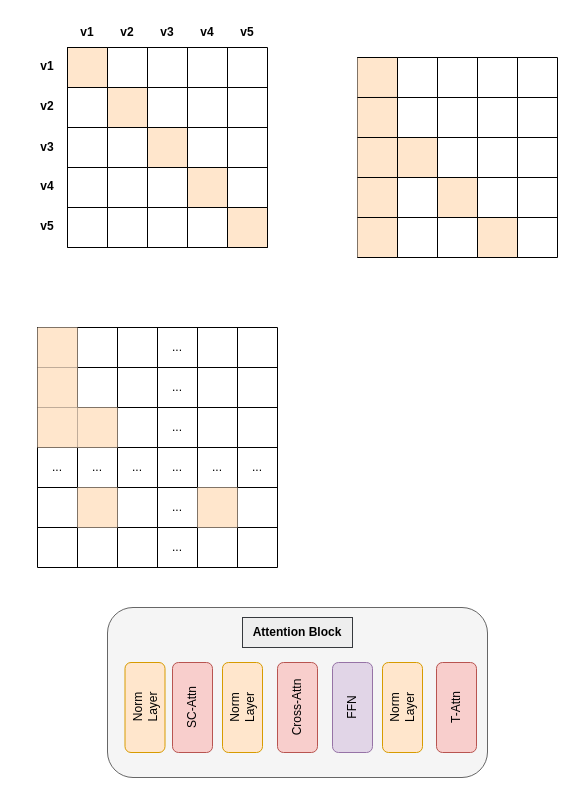
The draw.io diagram Attention.drawio in shinejjy/Flow-Chart, before the edit. Source tidied: cells renumbered, new cells numbered last; positions are measured from the earlier drawing's top-left corner, leaving out a move shared by most shapes. Both pictures are drawn from the tidied source at 100%, with x=0, y=0 at pixel (17, 17).
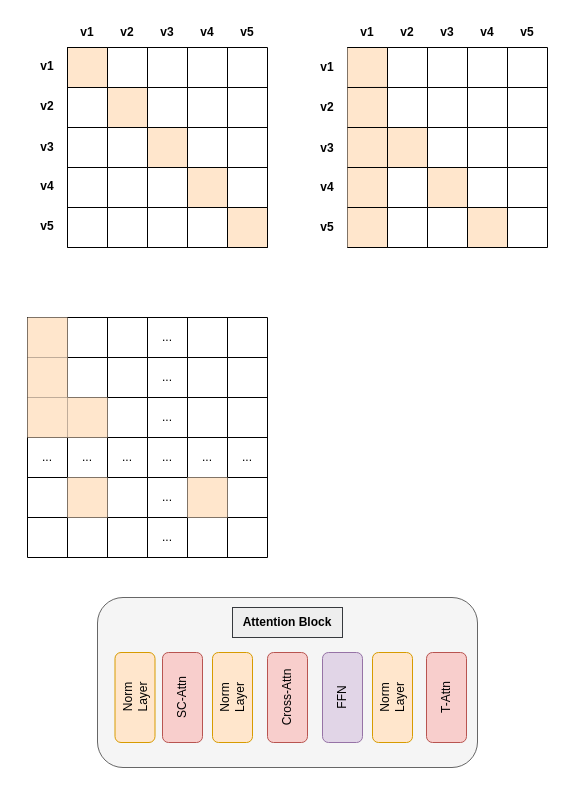
The same diagram, later.

Unchanged cells that the change refers to:
```xml
<mxCell id="40" style="shape=tableRow;horizontal=0;startSize=0;swimlaneHead=0;swimlaneBody=0;strokeColor=inherit;top=0;left=0;bottom=0;right=0;fillColor=none;points=[[0,0.5],[1,0.5]];portConstraint=eastwest;" parent="33" vertex="1">
  <mxGeometry y="40" width="200" height="40" as="geometry" />
</mxCell>
```

Change to the diagram source:
```diff
@@
     <mxCell id="33" style="shape=table;startSize=0;childLayout=tableLayout;" parent="1" vertex="1">
-      <mxGeometry x="340" y="40" width="200" height="200" as="geometry" />
+      <mxGeometry x="330" y="30" width="200" height="200" as="geometry" />
     </mxCell>
@@
     <mxCell id="64" style="endArrow=none;html=1;rounded=0;exitX=0.001;exitY=-0.107;exitDx=0;exitDy=0;exitPerimeter=0;entryX=0.201;entryY=-0.001;entryDx=0;entryDy=0;entryPerimeter=0;" parent="1" edge="1" target="40">
       <mxGeometry relative="1" as="geometry">
-        <mxPoint x="340" y="80" as="sourcePoint" />
+        <mxPoint x="330" y="70" as="sourcePoint" />
       </mxGeometry>
     </mxCell>
     <mxCell id="65" style="endArrow=none;html=1;rounded=0;exitX=0.001;exitY=-0.107;exitDx=0;exitDy=0;exitPerimeter=0;entryX=0.201;entryY=-0.001;entryDx=0;entryDy=0;entryPerimeter=0;" parent="1" edge="1">
       <mxGeometry relative="1" as="geometry">
-        <mxPoint x="340" y="120" as="sourcePoint" />
-        <mxPoint x="380" y="120" as="targetPoint" />
+        <mxPoint x="330" y="110" as="sourcePoint" />
+        <mxPoint x="370" y="110" as="targetPoint" />
       </mxGeometry>
     </mxCell>
     <mxCell id="66" style="endArrow=none;html=1;rounded=0;exitX=0.001;exitY=-0.107;exitDx=0;exitDy=0;exitPerimeter=0;entryX=0.201;entryY=-0.001;entryDx=0;entryDy=0;entryPerimeter=0;" parent="1" edge="1">
       <mxGeometry relative="1" as="geometry">
-        <mxPoint x="340" y="160" as="sourcePoint" />
-        <mxPoint x="380" y="160" as="targetPoint" />
+        <mxPoint x="330" y="150" as="sourcePoint" />
+        <mxPoint x="370" y="150" as="targetPoint" />
       </mxGeometry>
     </mxCell>
     <mxCell id="67" style="endArrow=none;html=1;rounded=0;exitX=0.001;exitY=-0.107;exitDx=0;exitDy=0;exitPerimeter=0;entryX=0.201;entryY=-0.001;entryDx=0;entryDy=0;entryPerimeter=0;" parent="1" edge="1">
       <mxGeometry relative="1" as="geometry">
-        <mxPoint x="380" y="160" as="sourcePoint" />
-        <mxPoint x="420" y="160" as="targetPoint" />
+        <mxPoint x="370" y="150" as="sourcePoint" />
+        <mxPoint x="410" y="150" as="targetPoint" />
       </mxGeometry>
     </mxCell>
     <mxCell id="68" style="endArrow=none;html=1;rounded=0;exitX=0.001;exitY=-0.107;exitDx=0;exitDy=0;exitPerimeter=0;entryX=0.201;entryY=-0.001;entryDx=0;entryDy=0;entryPerimeter=0;" parent="1" edge="1">
       <mxGeometry relative="1" as="geometry">
-        <mxPoint x="340" y="200" as="sourcePoint" />
-        <mxPoint x="380" y="200" as="targetPoint" />
+        <mxPoint x="330" y="190" as="sourcePoint" />
+        <mxPoint x="370" y="190" as="targetPoint" />
       </mxGeometry>
     </mxCell>
     <mxCell id="69" style="endArrow=none;html=1;rounded=0;exitX=0.001;exitY=-0.107;exitDx=0;exitDy=0;exitPerimeter=0;entryX=0.201;entryY=-0.001;entryDx=0;entryDy=0;entryPerimeter=0;" parent="1" edge="1">
       <mxGeometry relative="1" as="geometry">
-        <mxPoint x="420" y="160" as="sourcePoint" />
-        <mxPoint x="460" y="160" as="targetPoint" />
+        <mxPoint x="410" y="150" as="sourcePoint" />
+        <mxPoint x="450" y="150" as="targetPoint" />
       </mxGeometry>
     </mxCell>
     <mxCell id="70" style="endArrow=none;html=1;rounded=0;exitX=0.001;exitY=-0.107;exitDx=0;exitDy=0;exitPerimeter=0;entryX=0.201;entryY=-0.001;entryDx=0;entryDy=0;entryPerimeter=0;" parent="1" edge="1">
       <mxGeometry relative="1" as="geometry">
-        <mxPoint x="420" y="200" as="sourcePoint" />
-        <mxPoint x="460" y="200" as="targetPoint" />
+        <mxPoint x="410" y="190" as="sourcePoint" />
+        <mxPoint x="450" y="190" as="targetPoint" />
       </mxGeometry>
     </mxCell>
     <mxCell id="71" style="endArrow=none;html=1;rounded=0;exitX=0.001;exitY=-0.107;exitDx=0;exitDy=0;exitPerimeter=0;entryX=0.201;entryY=-0.001;entryDx=0;entryDy=0;entryPerimeter=0;" parent="1" edge="1">
       <mxGeometry relative="1" as="geometry">
-        <mxPoint x="380" y="120" as="sourcePoint" />
-        <mxPoint x="420" y="120" as="targetPoint" />
+        <mxPoint x="370" y="110" as="sourcePoint" />
+        <mxPoint x="410" y="110" as="targetPoint" />
       </mxGeometry>
     </mxCell>
     <mxCell id="72" style="endArrow=none;html=1;rounded=0;exitX=0.001;exitY=-0.107;exitDx=0;exitDy=0;exitPerimeter=0;entryX=0.201;entryY=-0.001;entryDx=0;entryDy=0;entryPerimeter=0;" parent="1" edge="1">
       <mxGeometry relative="1" as="geometry">
-        <mxPoint x="340" y="40" as="sourcePoint" />
-        <mxPoint x="380" y="40" as="targetPoint" />
+        <mxPoint x="330" y="30" as="sourcePoint" />
+        <mxPoint x="370" y="30" as="targetPoint" />
       </mxGeometry>
     </mxCell>
     <mxCell id="73" style="endArrow=none;html=1;rounded=0;exitX=0.001;exitY=-0.107;exitDx=0;exitDy=0;exitPerimeter=0;entryX=0.201;entryY=-0.001;entryDx=0;entryDy=0;entryPerimeter=0;" parent="1" edge="1">
       <mxGeometry relative="1" as="geometry">
-        <mxPoint x="340" y="240" as="sourcePoint" />
-        <mxPoint x="380" y="240" as="targetPoint" />
+        <mxPoint x="330" y="230" as="sourcePoint" />
+        <mxPoint x="370" y="230" as="targetPoint" />
       </mxGeometry>
     </mxCell>
     <mxCell id="74" style="endArrow=none;html=1;rounded=0;exitX=0.001;exitY=-0.107;exitDx=0;exitDy=0;exitPerimeter=0;entryX=0.201;entryY=-0.001;entryDx=0;entryDy=0;entryPerimeter=0;" parent="1" edge="1">
       <mxGeometry relative="1" as="geometry">
-        <mxPoint x="460" y="240" as="sourcePoint" />
-        <mxPoint x="500" y="240" as="targetPoint" />
+        <mxPoint x="450" y="230" as="sourcePoint" />
+        <mxPoint x="490" y="230" as="targetPoint" />
       </mxGeometry>
     </mxCell>
     <mxCell id="75" style="endArrow=none;html=1;rounded=0;exitX=0.001;exitY=-0.107;exitDx=0;exitDy=0;exitPerimeter=0;entryX=0.201;entryY=-0.001;entryDx=0;entryDy=0;entryPerimeter=0;" parent="1" edge="1">
       <mxGeometry relative="1" as="geometry">
-        <mxPoint x="460" y="200" as="sourcePoint" />
-        <mxPoint x="500" y="200" as="targetPoint" />
+        <mxPoint x="450" y="190" as="sourcePoint" />
+        <mxPoint x="490" y="190" as="targetPoint" />
       </mxGeometry>
     </mxCell>
     <mxCell id="76" style="endArrow=none;html=1;rounded=0;exitX=0.001;exitY=-0.107;exitDx=0;exitDy=0;exitPerimeter=0;entryX=0.201;entryY=-0.001;entryDx=0;entryDy=0;entryPerimeter=0;" parent="1" edge="1">
       <mxGeometry relative="1" as="geometry">
-        <mxPoint x="460" y="200" as="sourcePoint" />
-        <mxPoint x="500" y="200" as="targetPoint" />
+        <mxPoint x="450" y="190" as="sourcePoint" />
+        <mxPoint x="490" y="190" as="targetPoint" />
       </mxGeometry>
     </mxCell>
@@
     <mxCell id="80" style="endArrow=none;html=1;rounded=0;entryX=0;entryY=0.997;entryDx=0;entryDy=0;entryPerimeter=0;" parent="1" edge="1">
       <mxGeometry relative="1" as="geometry">
-        <mxPoint x="380" y="120" as="sourcePoint" />
-        <mxPoint x="380" y="160" as="targetPoint" />
+        <mxPoint x="370" y="110" as="sourcePoint" />
+        <mxPoint x="370" y="150" as="targetPoint" />
       </mxGeometry>
     </mxCell>
     <mxCell id="81" style="endArrow=none;html=1;rounded=0;entryX=0;entryY=0.997;entryDx=0;entryDy=0;entryPerimeter=0;" parent="1" edge="1">
       <mxGeometry relative="1" as="geometry">
-        <mxPoint x="380" y="160" as="sourcePoint" />
-        <mxPoint x="380" y="200" as="targetPoint" />
+        <mxPoint x="370" y="150" as="sourcePoint" />
+        <mxPoint x="370" y="190" as="targetPoint" />
       </mxGeometry>
     </mxCell>
@@
     <mxCell id="84" style="endArrow=none;html=1;rounded=0;entryX=0;entryY=0.997;entryDx=0;entryDy=0;entryPerimeter=0;" parent="1" edge="1">
       <mxGeometry relative="1" as="geometry">
-        <mxPoint x="380" y="200" as="sourcePoint" />
-        <mxPoint x="380" y="240" as="targetPoint" />
+        <mxPoint x="370" y="190" as="sourcePoint" />
+        <mxPoint x="370" y="230" as="targetPoint" />
       </mxGeometry>
     </mxCell>
     <mxCell id="85" style="endArrow=none;html=1;rounded=0;entryX=0;entryY=0.997;entryDx=0;entryDy=0;entryPerimeter=0;" parent="1" edge="1">
       <mxGeometry relative="1" as="geometry">
-        <mxPoint x="420" y="160" as="sourcePoint" />
-        <mxPoint x="420" y="200" as="targetPoint" />
+        <mxPoint x="410" y="150" as="sourcePoint" />
+        <mxPoint x="410" y="190" as="targetPoint" />
       </mxGeometry>
     </mxCell>
     <mxCell id="86" style="endArrow=none;html=1;rounded=0;entryX=0;entryY=0.997;entryDx=0;entryDy=0;entryPerimeter=0;" parent="1" edge="1">
       <mxGeometry relative="1" as="geometry">
-        <mxPoint x="420" y="120" as="sourcePoint" />
-        <mxPoint x="420" y="160" as="targetPoint" />
+        <mxPoint x="410" y="110" as="sourcePoint" />
+        <mxPoint x="410" y="150" as="targetPoint" />
       </mxGeometry>
     </mxCell>
     <mxCell id="87" style="endArrow=none;html=1;rounded=0;entryX=0;entryY=0.997;entryDx=0;entryDy=0;entryPerimeter=0;" parent="1" edge="1">
       <mxGeometry relative="1" as="geometry">
-        <mxPoint x="460" y="160" as="sourcePoint" />
-        <mxPoint x="460" y="200" as="targetPoint" />
+        <mxPoint x="450" y="150" as="sourcePoint" />
+        <mxPoint x="450" y="190" as="targetPoint" />
       </mxGeometry>
     </mxCell>
     <mxCell id="88" style="endArrow=none;html=1;rounded=0;entryX=0;entryY=0.997;entryDx=0;entryDy=0;entryPerimeter=0;" parent="1" edge="1">
       <mxGeometry relative="1" as="geometry">
-        <mxPoint x="460" y="200" as="sourcePoint" />
-        <mxPoint x="460" y="240" as="targetPoint" />
+        <mxPoint x="450" y="190" as="sourcePoint" />
+        <mxPoint x="450" y="230" as="targetPoint" />
       </mxGeometry>
     </mxCell>
     <mxCell id="89" style="endArrow=none;html=1;rounded=0;entryX=0;entryY=0.997;entryDx=0;entryDy=0;entryPerimeter=0;" parent="1" edge="1">
       <mxGeometry relative="1" as="geometry">
-        <mxPoint x="500" y="200" as="sourcePoint" />
-        <mxPoint x="500" y="240" as="targetPoint" />
+        <mxPoint x="490" y="190" as="sourcePoint" />
+        <mxPoint x="490" y="230" as="targetPoint" />
       </mxGeometry>
     </mxCell>
     <mxCell id="90" style="endArrow=none;html=1;rounded=0;entryX=0;entryY=0.997;entryDx=0;entryDy=0;entryPerimeter=0;" parent="1" edge="1">
       <mxGeometry relative="1" as="geometry">
-        <mxPoint x="380" y="80" as="sourcePoint" />
-        <mxPoint x="380" y="120" as="targetPoint" />
+        <mxPoint x="370" y="70" as="sourcePoint" />
+        <mxPoint x="370" y="110" as="targetPoint" />
       </mxGeometry>
     </mxCell>
     <mxCell id="91" style="endArrow=none;html=1;rounded=0;entryX=0;entryY=0.997;entryDx=0;entryDy=0;entryPerimeter=0;" parent="1" edge="1">
       <mxGeometry relative="1" as="geometry">
-        <mxPoint x="380" y="40" as="sourcePoint" />
-        <mxPoint x="380" y="80" as="targetPoint" />
+        <mxPoint x="370" y="30" as="sourcePoint" />
+        <mxPoint x="370" y="70" as="targetPoint" />
       </mxGeometry>
     </mxCell>
@@
     <mxCell id="112" style="shape=table;startSize=0;childLayout=tableLayout;" parent="1" vertex="1">
-      <mxGeometry x="20" y="310" width="240" height="240" as="geometry" />
+      <mxGeometry x="10" y="300" width="240" height="240" as="geometry" />
     </mxCell>
@@
     <mxCell id="155" style="group;" parent="1" vertex="1">
-      <mxGeometry x="90" y="590" width="380" height="170" as="geometry" />
+      <mxGeometry x="80" y="580" width="380" height="170" as="geometry" />
     </mxCell>
@@
+    <mxCell id="175" value="&lt;b&gt;v1&lt;/b&gt;" style="text;html=1;strokeColor=none;fillColor=none;align=center;verticalAlign=middle;whiteSpace=wrap;rounded=0;" parent="1" vertex="1">
+      <mxGeometry x="320" width="60" height="30" as="geometry" />
+    </mxCell>
+    <mxCell id="176" value="&lt;b&gt;v2&lt;/b&gt;" style="text;html=1;strokeColor=none;fillColor=none;align=center;verticalAlign=middle;whiteSpace=wrap;rounded=0;" parent="1" vertex="1">
+      <mxGeometry x="360" width="60" height="30" as="geometry" />
+    </mxCell>
+    <mxCell id="177" value="&lt;b&gt;v3&lt;/b&gt;" style="text;html=1;strokeColor=none;fillColor=none;align=center;verticalAlign=middle;whiteSpace=wrap;rounded=0;" parent="1" vertex="1">
+      <mxGeometry x="400" width="60" height="30" as="geometry" />
+    </mxCell>
+    <mxCell id="178" value="&lt;b&gt;v4&lt;/b&gt;" style="text;html=1;strokeColor=none;fillColor=none;align=center;verticalAlign=middle;whiteSpace=wrap;rounded=0;" parent="1" vertex="1">
+      <mxGeometry x="440" width="60" height="30" as="geometry" />
+    </mxCell>
+    <mxCell id="179" value="&lt;b&gt;v5&lt;/b&gt;" style="text;html=1;strokeColor=none;fillColor=none;align=center;verticalAlign=middle;whiteSpace=wrap;rounded=0;" parent="1" vertex="1">
+      <mxGeometry x="480" width="60" height="30" as="geometry" />
+    </mxCell>
+    <mxCell id="180" value="&lt;b&gt;v1&lt;/b&gt;" style="text;html=1;strokeColor=none;fillColor=none;align=center;verticalAlign=middle;whiteSpace=wrap;rounded=0;" parent="1" vertex="1">
+      <mxGeometry x="280" y="35" width="60" height="30" as="geometry" />
+    </mxCell>
+    <mxCell id="181" value="&lt;b&gt;v5&lt;/b&gt;" style="text;html=1;strokeColor=none;fillColor=none;align=center;verticalAlign=middle;whiteSpace=wrap;rounded=0;" parent="1" vertex="1">
+      <mxGeometry x="280" y="195" width="60" height="30" as="geometry" />
+    </mxCell>
+    <mxCell id="182" value="&lt;b&gt;v4&lt;/b&gt;" style="text;html=1;strokeColor=none;fillColor=none;align=center;verticalAlign=middle;whiteSpace=wrap;rounded=0;" parent="1" vertex="1">
+      <mxGeometry x="280" y="155" width="60" height="30" as="geometry" />
+    </mxCell>
+    <mxCell id="183" value="&lt;b&gt;v2&lt;/b&gt;" style="text;html=1;strokeColor=none;fillColor=none;align=center;verticalAlign=middle;whiteSpace=wrap;rounded=0;" parent="1" vertex="1">
+      <mxGeometry x="280" y="75" width="60" height="30" as="geometry" />
+    </mxCell>
+    <mxCell id="184" value="&lt;b&gt;v3&lt;/b&gt;" style="text;html=1;strokeColor=none;fillColor=none;align=center;verticalAlign=middle;whiteSpace=wrap;rounded=0;" parent="1" vertex="1">
+      <mxGeometry x="280" y="116" width="60" height="30" as="geometry" />
+    </mxCell>
```
